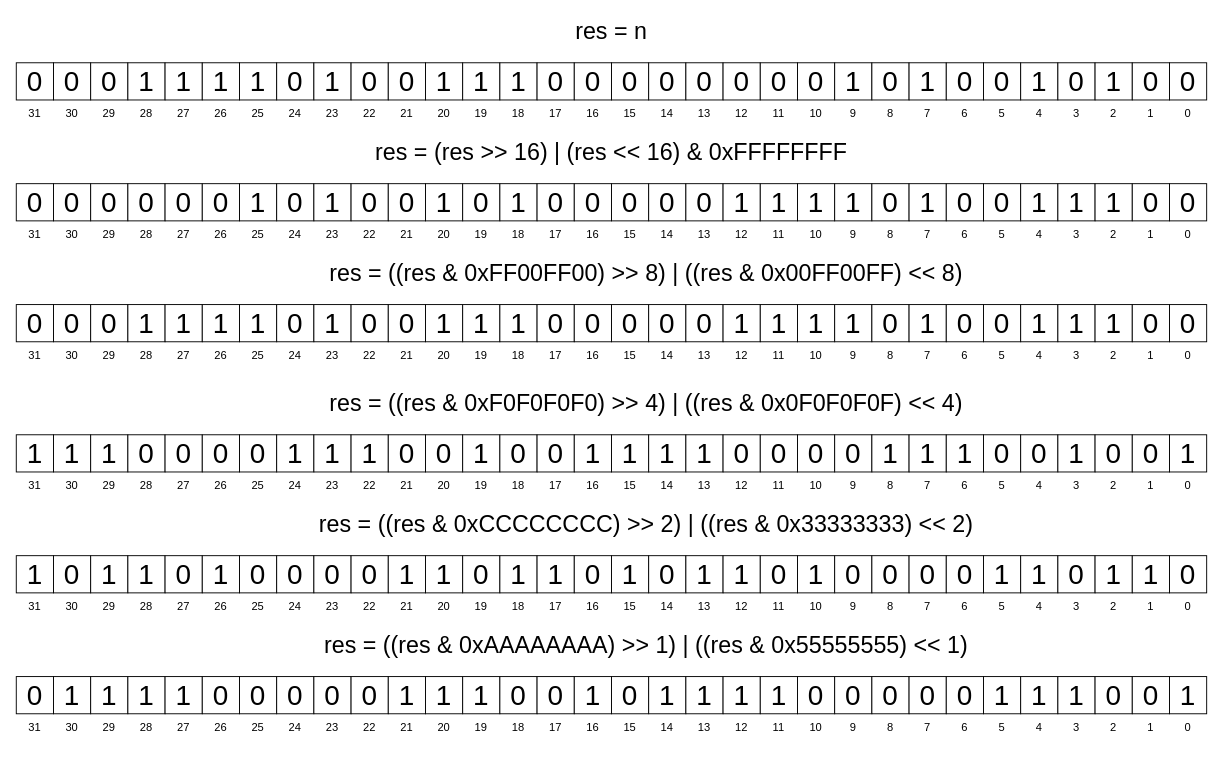
Above: 01_algorithms_and_data_structures_for_beginners/01_python/12_bit_manipulation/01_bit_operations/03_reverse_bits/drawings/reverse_bits_solution_03.drawio in PavleSarenac/neetcode (draw.io), before the change. Source tidied: cells renumbered, new cells numbered last; positions are measured from the earlier drawing's top-left corner, leaving out a move shared by most shapes. Both pictures are drawn from the tidied source at 93%, with x=0, y=0 at pixel (16, 16).
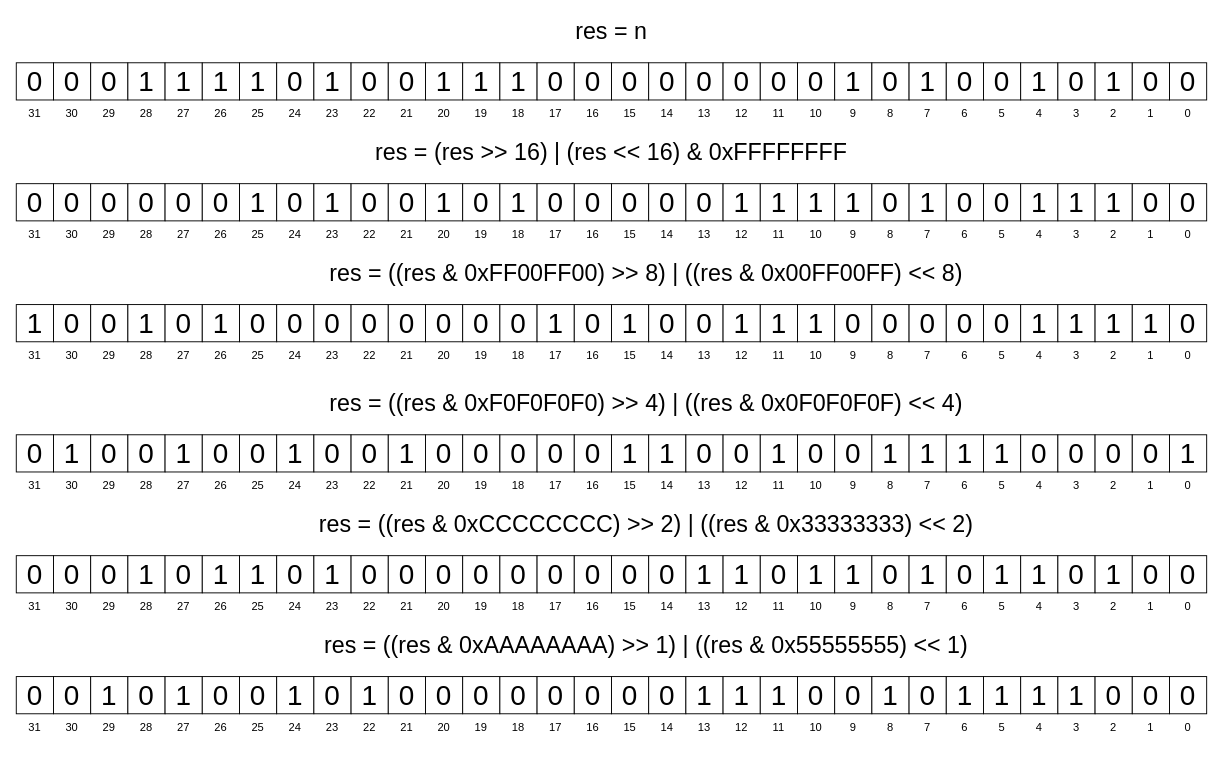
Above is the later version.

The edit, as a diff of the source:
```diff
@@
-    <mxCell id="67" value="0" style="whiteSpace=wrap;html=1;fontSize=30;fillColor=light-dark(#FFFFFF,#FF0000);" parent="1" vertex="1">
+    <mxCell id="67" value="1" style="whiteSpace=wrap;html=1;fontSize=30;fillColor=light-dark(#FFFFFF,#FF0000);" parent="1" vertex="1">
       <mxGeometry y="310" width="40" height="40" as="geometry" />
     </mxCell>
@@
-    <mxCell id="71" value="1" style="whiteSpace=wrap;html=1;fontSize=30;fillColor=light-dark(#FFFFFF,#FF0000);" parent="1" vertex="1">
+    <mxCell id="71" value="0" style="whiteSpace=wrap;html=1;fontSize=30;fillColor=light-dark(#FFFFFF,#FF0000);" parent="1" vertex="1">
       <mxGeometry x="160" y="310" width="40" height="40" as="geometry" />
     </mxCell>
@@
-    <mxCell id="73" value="1" style="whiteSpace=wrap;html=1;fontSize=30;fillColor=light-dark(#FFFFFF,#FF0000);" parent="1" vertex="1">
+    <mxCell id="73" value="0" style="whiteSpace=wrap;html=1;fontSize=30;fillColor=light-dark(#FFFFFF,#FF0000);" parent="1" vertex="1">
       <mxGeometry x="240" y="310" width="40" height="40" as="geometry" />
     </mxCell>
@@
-    <mxCell id="75" value="1" style="whiteSpace=wrap;html=1;fontSize=30;fillColor=light-dark(#FFFFFF,#0000FF);" parent="1" vertex="1">
+    <mxCell id="75" value="0" style="whiteSpace=wrap;html=1;fontSize=30;fillColor=light-dark(#FFFFFF,#0000FF);" parent="1" vertex="1">
       <mxGeometry x="320" y="310" width="40" height="40" as="geometry" />
     </mxCell>
@@
-    <mxCell id="78" value="1" style="whiteSpace=wrap;html=1;fontSize=30;fillColor=light-dark(#FFFFFF,#0000FF);" parent="1" vertex="1">
+    <mxCell id="78" value="0" style="whiteSpace=wrap;html=1;fontSize=30;fillColor=light-dark(#FFFFFF,#0000FF);" parent="1" vertex="1">
       <mxGeometry x="440" y="310" width="40" height="40" as="geometry" />
     </mxCell>
-    <mxCell id="79" value="1" style="whiteSpace=wrap;html=1;fontSize=30;fillColor=light-dark(#FFFFFF,#0000FF);" parent="1" vertex="1">
+    <mxCell id="79" value="0" style="whiteSpace=wrap;html=1;fontSize=30;fillColor=light-dark(#FFFFFF,#0000FF);" parent="1" vertex="1">
       <mxGeometry x="480" y="310" width="40" height="40" as="geometry" />
     </mxCell>
-    <mxCell id="80" value="1" style="whiteSpace=wrap;html=1;fontSize=30;fillColor=light-dark(#FFFFFF,#0000FF);" parent="1" vertex="1">
+    <mxCell id="80" value="0" style="whiteSpace=wrap;html=1;fontSize=30;fillColor=light-dark(#FFFFFF,#0000FF);" parent="1" vertex="1">
       <mxGeometry x="520" y="310" width="40" height="40" as="geometry" />
     </mxCell>
-    <mxCell id="81" value="0" style="whiteSpace=wrap;html=1;fontSize=30;fillColor=light-dark(#FFFFFF,#0000FF);" parent="1" vertex="1">
+    <mxCell id="81" value="1" style="whiteSpace=wrap;html=1;fontSize=30;fillColor=light-dark(#FFFFFF,#0000FF);" parent="1" vertex="1">
       <mxGeometry x="560" y="310" width="40" height="40" as="geometry" />
     </mxCell>
@@
-    <mxCell id="83" value="0" style="whiteSpace=wrap;html=1;fontSize=30;fillColor=light-dark(#FFFFFF,#FF0000);" parent="1" vertex="1">
+    <mxCell id="83" value="1" style="whiteSpace=wrap;html=1;fontSize=30;fillColor=light-dark(#FFFFFF,#FF0000);" parent="1" vertex="1">
       <mxGeometry x="640" y="310" width="40" height="40" as="geometry" />
     </mxCell>
@@
-    <mxCell id="89" value="1" style="whiteSpace=wrap;html=1;fontSize=30;fillColor=light-dark(#FFFFFF,#FF0000);" parent="1" vertex="1">
+    <mxCell id="89" value="0" style="whiteSpace=wrap;html=1;fontSize=30;fillColor=light-dark(#FFFFFF,#FF0000);" parent="1" vertex="1">
       <mxGeometry x="880" y="310" width="40" height="40" as="geometry" />
     </mxCell>
@@
-    <mxCell id="91" value="1" style="whiteSpace=wrap;html=1;fontSize=30;fillColor=light-dark(#FFFFFF,#0000FF);" parent="1" vertex="1">
+    <mxCell id="91" value="0" style="whiteSpace=wrap;html=1;fontSize=30;fillColor=light-dark(#FFFFFF,#0000FF);" parent="1" vertex="1">
       <mxGeometry x="960" y="310" width="40" height="40" as="geometry" />
     </mxCell>
@@
-    <mxCell id="97" value="0" style="whiteSpace=wrap;html=1;fontSize=30;fillColor=light-dark(#FFFFFF,#0000FF);" parent="1" vertex="1">
+    <mxCell id="97" value="1" style="whiteSpace=wrap;html=1;fontSize=30;fillColor=light-dark(#FFFFFF,#0000FF);" parent="1" vertex="1">
       <mxGeometry x="1200" y="310" width="40" height="40" as="geometry" />
     </mxCell>
@@
-    <mxCell id="197" value="1" style="whiteSpace=wrap;html=1;fontSize=30;fillColor=light-dark(#FFFFFF,#FF0000);" parent="1" vertex="1">
+    <mxCell id="197" value="0" style="whiteSpace=wrap;html=1;fontSize=30;fillColor=light-dark(#FFFFFF,#FF0000);" parent="1" vertex="1">
       <mxGeometry y="450" width="40" height="40" as="geometry" />
     </mxCell>
@@
-    <mxCell id="199" value="1" style="whiteSpace=wrap;html=1;fontSize=30;fillColor=light-dark(#FFFFFF,#FF0000);" parent="1" vertex="1">
+    <mxCell id="199" value="0" style="whiteSpace=wrap;html=1;fontSize=30;fillColor=light-dark(#FFFFFF,#FF0000);" parent="1" vertex="1">
       <mxGeometry x="80" y="450" width="40" height="40" as="geometry" />
     </mxCell>
@@
-    <mxCell id="201" value="0" style="whiteSpace=wrap;html=1;fontSize=30;fillColor=light-dark(#FFFFFF,#0000FF);" parent="1" vertex="1">
+    <mxCell id="201" value="1" style="whiteSpace=wrap;html=1;fontSize=30;fillColor=light-dark(#FFFFFF,#0000FF);" parent="1" vertex="1">
       <mxGeometry x="160" y="450" width="40" height="40" as="geometry" />
     </mxCell>
@@
-    <mxCell id="205" value="1" style="whiteSpace=wrap;html=1;fontSize=30;fillColor=light-dark(#FFFFFF,#FF0000);" parent="1" vertex="1">
+    <mxCell id="205" value="0" style="whiteSpace=wrap;html=1;fontSize=30;fillColor=light-dark(#FFFFFF,#FF0000);" parent="1" vertex="1">
       <mxGeometry x="320" y="450" width="40" height="40" as="geometry" />
     </mxCell>
-    <mxCell id="206" value="1" style="whiteSpace=wrap;html=1;fontSize=30;fillColor=light-dark(#FFFFFF,#FF0000);" parent="1" vertex="1">
+    <mxCell id="206" value="0" style="whiteSpace=wrap;html=1;fontSize=30;fillColor=light-dark(#FFFFFF,#FF0000);" parent="1" vertex="1">
       <mxGeometry x="360" y="450" width="40" height="40" as="geometry" />
     </mxCell>
-    <mxCell id="207" value="0" style="whiteSpace=wrap;html=1;fontSize=30;fillColor=light-dark(#FFFFFF,#FF0000);" parent="1" vertex="1">
+    <mxCell id="207" value="1" style="whiteSpace=wrap;html=1;fontSize=30;fillColor=light-dark(#FFFFFF,#FF0000);" parent="1" vertex="1">
       <mxGeometry x="400" y="450" width="40" height="40" as="geometry" />
     </mxCell>
@@
-    <mxCell id="209" value="1" style="whiteSpace=wrap;html=1;fontSize=30;fillColor=light-dark(#FFFFFF,#0000FF);" parent="1" vertex="1">
+    <mxCell id="209" value="0" style="whiteSpace=wrap;html=1;fontSize=30;fillColor=light-dark(#FFFFFF,#0000FF);" parent="1" vertex="1">
       <mxGeometry x="480" y="450" width="40" height="40" as="geometry" />
     </mxCell>
@@
-    <mxCell id="212" value="1" style="whiteSpace=wrap;html=1;fontSize=30;fillColor=light-dark(#FFFFFF,#0000FF);" parent="1" vertex="1">
+    <mxCell id="212" value="0" style="whiteSpace=wrap;html=1;fontSize=30;fillColor=light-dark(#FFFFFF,#0000FF);" parent="1" vertex="1">
       <mxGeometry x="600" y="450" width="40" height="40" as="geometry" />
     </mxCell>
@@
-    <mxCell id="215" value="1" style="whiteSpace=wrap;html=1;fontSize=30;fillColor=light-dark(#FFFFFF,#FF0000);" parent="1" vertex="1">
+    <mxCell id="215" value="0" style="whiteSpace=wrap;html=1;fontSize=30;fillColor=light-dark(#FFFFFF,#FF0000);" parent="1" vertex="1">
       <mxGeometry x="720" y="450" width="40" height="40" as="geometry" />
     </mxCell>
@@
-    <mxCell id="217" value="0" style="whiteSpace=wrap;html=1;fontSize=30;fillColor=light-dark(#FFFFFF,#0000FF);" parent="1" vertex="1">
+    <mxCell id="217" value="1" style="whiteSpace=wrap;html=1;fontSize=30;fillColor=light-dark(#FFFFFF,#0000FF);" parent="1" vertex="1">
       <mxGeometry x="800" y="450" width="40" height="40" as="geometry" />
     </mxCell>
@@
-    <mxCell id="223" value="0" style="whiteSpace=wrap;html=1;fontSize=30;fillColor=light-dark(#FFFFFF,#FF0000);" parent="1" vertex="1">
+    <mxCell id="223" value="1" style="whiteSpace=wrap;html=1;fontSize=30;fillColor=light-dark(#FFFFFF,#FF0000);" parent="1" vertex="1">
       <mxGeometry x="1040" y="450" width="40" height="40" as="geometry" />
     </mxCell>
@@
-    <mxCell id="225" value="1" style="whiteSpace=wrap;html=1;fontSize=30;fillColor=light-dark(#FFFFFF,#0000FF);" parent="1" vertex="1">
+    <mxCell id="225" value="0" style="whiteSpace=wrap;html=1;fontSize=30;fillColor=light-dark(#FFFFFF,#0000FF);" parent="1" vertex="1">
       <mxGeometry x="1120" y="450" width="40" height="40" as="geometry" />
     </mxCell>
@@
-    <mxCell id="262" value="1" style="whiteSpace=wrap;html=1;fontSize=30;fillColor=light-dark(#FFFFFF,#FF0000);" parent="1" vertex="1">
+    <mxCell id="262" value="0" style="whiteSpace=wrap;html=1;fontSize=30;fillColor=light-dark(#FFFFFF,#FF0000);" parent="1" vertex="1">
       <mxGeometry y="580" width="40" height="40" as="geometry" />
     </mxCell>
@@
-    <mxCell id="264" value="1" style="whiteSpace=wrap;html=1;fontSize=30;fillColor=light-dark(#FFFFFF,#0000FF);" parent="1" vertex="1">
+    <mxCell id="264" value="0" style="whiteSpace=wrap;html=1;fontSize=30;fillColor=light-dark(#FFFFFF,#0000FF);" parent="1" vertex="1">
       <mxGeometry x="80" y="580" width="40" height="40" as="geometry" />
     </mxCell>
@@
-    <mxCell id="268" value="0" style="whiteSpace=wrap;html=1;fontSize=30;fillColor=light-dark(#FFFFFF,#0000FF);" parent="1" vertex="1">
+    <mxCell id="268" value="1" style="whiteSpace=wrap;html=1;fontSize=30;fillColor=light-dark(#FFFFFF,#0000FF);" parent="1" vertex="1">
       <mxGeometry x="240" y="580" width="40" height="40" as="geometry" />
     </mxCell>
@@
-    <mxCell id="270" value="0" style="whiteSpace=wrap;html=1;fontSize=30;fillColor=light-dark(#FFFFFF,#FF0000);" parent="1" vertex="1">
+    <mxCell id="270" value="1" style="whiteSpace=wrap;html=1;fontSize=30;fillColor=light-dark(#FFFFFF,#FF0000);" parent="1" vertex="1">
       <mxGeometry x="320" y="580" width="40" height="40" as="geometry" />
     </mxCell>
@@
-    <mxCell id="272" value="1" style="whiteSpace=wrap;html=1;fontSize=30;fillColor=light-dark(#FFFFFF,#0000FF);" parent="1" vertex="1">
+    <mxCell id="272" value="0" style="whiteSpace=wrap;html=1;fontSize=30;fillColor=light-dark(#FFFFFF,#0000FF);" parent="1" vertex="1">
       <mxGeometry x="400" y="580" width="40" height="40" as="geometry" />
     </mxCell>
-    <mxCell id="273" value="1" style="whiteSpace=wrap;html=1;fontSize=30;fillColor=light-dark(#FFFFFF,#0000FF);" parent="1" vertex="1">
+    <mxCell id="273" value="0" style="whiteSpace=wrap;html=1;fontSize=30;fillColor=light-dark(#FFFFFF,#0000FF);" parent="1" vertex="1">
       <mxGeometry x="440" y="580" width="40" height="40" as="geometry" />
     </mxCell>
@@
-    <mxCell id="275" value="1" style="whiteSpace=wrap;html=1;fontSize=30;fillColor=light-dark(#FFFFFF,#FF0000);" parent="1" vertex="1">
+    <mxCell id="275" value="0" style="whiteSpace=wrap;html=1;fontSize=30;fillColor=light-dark(#FFFFFF,#FF0000);" parent="1" vertex="1">
       <mxGeometry x="520" y="580" width="40" height="40" as="geometry" />
     </mxCell>
-    <mxCell id="276" value="1" style="whiteSpace=wrap;html=1;fontSize=30;fillColor=light-dark(#FFFFFF,#0000FF);" parent="1" vertex="1">
+    <mxCell id="276" value="0" style="whiteSpace=wrap;html=1;fontSize=30;fillColor=light-dark(#FFFFFF,#0000FF);" parent="1" vertex="1">
       <mxGeometry x="560" y="580" width="40" height="40" as="geometry" />
     </mxCell>
@@
-    <mxCell id="278" value="1" style="whiteSpace=wrap;html=1;fontSize=30;fillColor=light-dark(#FFFFFF,#FF0000);" parent="1" vertex="1">
+    <mxCell id="278" value="0" style="whiteSpace=wrap;html=1;fontSize=30;fillColor=light-dark(#FFFFFF,#FF0000);" parent="1" vertex="1">
       <mxGeometry x="640" y="580" width="40" height="40" as="geometry" />
     </mxCell>
@@
-    <mxCell id="284" value="0" style="whiteSpace=wrap;html=1;fontSize=30;fillColor=light-dark(#FFFFFF,#0000FF);" parent="1" vertex="1">
+    <mxCell id="284" value="1" style="whiteSpace=wrap;html=1;fontSize=30;fillColor=light-dark(#FFFFFF,#0000FF);" parent="1" vertex="1">
       <mxGeometry x="880" y="580" width="40" height="40" as="geometry" />
     </mxCell>
@@
-    <mxCell id="286" value="0" style="whiteSpace=wrap;html=1;fontSize=30;fillColor=light-dark(#FFFFFF,#FF0000);" parent="1" vertex="1">
+    <mxCell id="286" value="1" style="whiteSpace=wrap;html=1;fontSize=30;fillColor=light-dark(#FFFFFF,#FF0000);" parent="1" vertex="1">
       <mxGeometry x="960" y="580" width="40" height="40" as="geometry" />
     </mxCell>
@@
-    <mxCell id="292" value="1" style="whiteSpace=wrap;html=1;fontSize=30;fillColor=light-dark(#FFFFFF,#0000FF);" parent="1" vertex="1">
+    <mxCell id="292" value="0" style="whiteSpace=wrap;html=1;fontSize=30;fillColor=light-dark(#FFFFFF,#0000FF);" parent="1" vertex="1">
       <mxGeometry x="1200" y="580" width="40" height="40" as="geometry" />
     </mxCell>
@@
-    <mxCell id="328" value="1" style="whiteSpace=wrap;html=1;fontSize=30;fillColor=light-dark(#FFFFFF,#0000FF);" parent="1" vertex="1">
+    <mxCell id="328" value="0" style="whiteSpace=wrap;html=1;fontSize=30;fillColor=light-dark(#FFFFFF,#0000FF);" parent="1" vertex="1">
       <mxGeometry x="40" y="710" width="40" height="40" as="geometry" />
     </mxCell>
@@
-    <mxCell id="330" value="1" style="whiteSpace=wrap;html=1;fontSize=30;fillColor=light-dark(#FFFFFF,#0000FF);" parent="1" vertex="1">
+    <mxCell id="330" value="0" style="whiteSpace=wrap;html=1;fontSize=30;fillColor=light-dark(#FFFFFF,#0000FF);" parent="1" vertex="1">
       <mxGeometry x="120" y="710" width="40" height="40" as="geometry" />
     </mxCell>
@@
-    <mxCell id="334" value="0" style="whiteSpace=wrap;html=1;fontSize=30;fillColor=light-dark(#FFFFFF,#0000FF);" parent="1" vertex="1">
+    <mxCell id="334" value="1" style="whiteSpace=wrap;html=1;fontSize=30;fillColor=light-dark(#FFFFFF,#0000FF);" parent="1" vertex="1">
       <mxGeometry x="280" y="710" width="40" height="40" as="geometry" />
     </mxCell>
@@
-    <mxCell id="336" value="0" style="whiteSpace=wrap;html=1;fontSize=30;fillColor=light-dark(#FFFFFF,#0000FF);" parent="1" vertex="1">
+    <mxCell id="336" value="1" style="whiteSpace=wrap;html=1;fontSize=30;fillColor=light-dark(#FFFFFF,#0000FF);" parent="1" vertex="1">
       <mxGeometry x="360" y="710" width="40" height="40" as="geometry" />
     </mxCell>
-    <mxCell id="337" value="1" style="whiteSpace=wrap;html=1;fontSize=30;fillColor=light-dark(#FFFFFF,#FF0000);" parent="1" vertex="1">
+    <mxCell id="337" value="0" style="whiteSpace=wrap;html=1;fontSize=30;fillColor=light-dark(#FFFFFF,#FF0000);" parent="1" vertex="1">
       <mxGeometry x="400" y="710" width="40" height="40" as="geometry" />
     </mxCell>
-    <mxCell id="338" value="1" style="whiteSpace=wrap;html=1;fontSize=30;fillColor=light-dark(#FFFFFF,#0000FF);" parent="1" vertex="1">
+    <mxCell id="338" value="0" style="whiteSpace=wrap;html=1;fontSize=30;fillColor=light-dark(#FFFFFF,#0000FF);" parent="1" vertex="1">
       <mxGeometry x="440" y="710" width="40" height="40" as="geometry" />
     </mxCell>
-    <mxCell id="339" value="1" style="whiteSpace=wrap;html=1;fontSize=30;fillColor=light-dark(#FFFFFF,#FF0000);" parent="1" vertex="1">
+    <mxCell id="339" value="0" style="whiteSpace=wrap;html=1;fontSize=30;fillColor=light-dark(#FFFFFF,#FF0000);" parent="1" vertex="1">
       <mxGeometry x="480" y="710" width="40" height="40" as="geometry" />
     </mxCell>
@@
-    <mxCell id="342" value="1" style="whiteSpace=wrap;html=1;fontSize=30;fillColor=light-dark(#FFFFFF,#0000FF);" parent="1" vertex="1">
+    <mxCell id="342" value="0" style="whiteSpace=wrap;html=1;fontSize=30;fillColor=light-dark(#FFFFFF,#0000FF);" parent="1" vertex="1">
       <mxGeometry x="600" y="710" width="40" height="40" as="geometry" />
     </mxCell>
@@
-    <mxCell id="344" value="1" style="whiteSpace=wrap;html=1;fontSize=30;fillColor=light-dark(#FFFFFF,#0000FF);" parent="1" vertex="1">
+    <mxCell id="344" value="0" style="whiteSpace=wrap;html=1;fontSize=30;fillColor=light-dark(#FFFFFF,#0000FF);" parent="1" vertex="1">
       <mxGeometry x="680" y="710" width="40" height="40" as="geometry" />
     </mxCell>
@@
-    <mxCell id="350" value="0" style="whiteSpace=wrap;html=1;fontSize=30;fillColor=light-dark(#FFFFFF,#0000FF);" parent="1" vertex="1">
+    <mxCell id="350" value="1" style="whiteSpace=wrap;html=1;fontSize=30;fillColor=light-dark(#FFFFFF,#0000FF);" parent="1" vertex="1">
       <mxGeometry x="920" y="710" width="40" height="40" as="geometry" />
     </mxCell>
@@
-    <mxCell id="352" value="0" style="whiteSpace=wrap;html=1;fontSize=30;fillColor=light-dark(#FFFFFF,#0000FF);" parent="1" vertex="1">
+    <mxCell id="352" value="1" style="whiteSpace=wrap;html=1;fontSize=30;fillColor=light-dark(#FFFFFF,#0000FF);" parent="1" vertex="1">
       <mxGeometry x="1000" y="710" width="40" height="40" as="geometry" />
     </mxCell>
@@
-    <mxCell id="358" value="1" style="whiteSpace=wrap;html=1;fontSize=30;fillColor=light-dark(#FFFFFF,#0000FF);" parent="1" vertex="1">
+    <mxCell id="358" value="0" style="whiteSpace=wrap;html=1;fontSize=30;fillColor=light-dark(#FFFFFF,#0000FF);" parent="1" vertex="1">
       <mxGeometry x="1240" y="710" width="40" height="40" as="geometry" />
     </mxCell>
```
